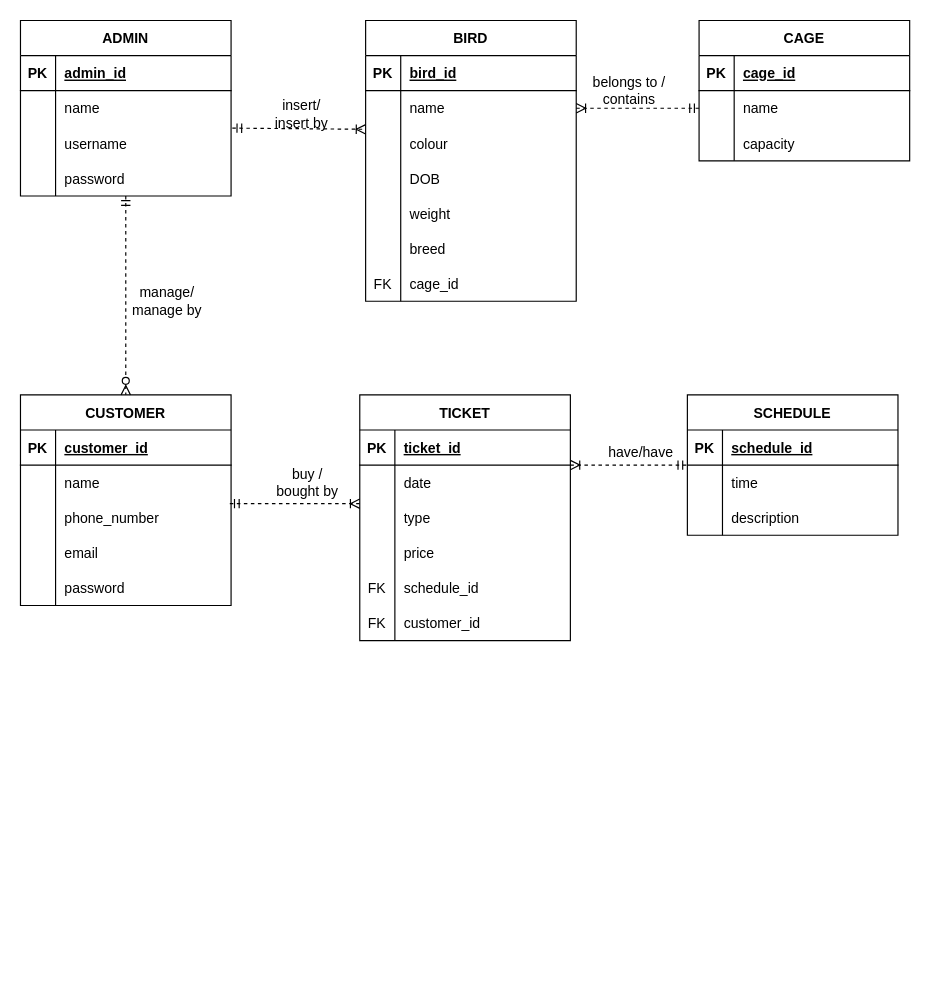
The draw.io diagram page "Page-2" (2 of 7) of Exercise1ClassDiagram.drawio in abby18abby/week-2-class-diagram, before the edit. Source tidied: cells renumbered, new cells numbered last; positions are measured from the earlier drawing's top-left corner, leaving out a move shared by most shapes. Both pictures are drawn from the tidied source at 117%, with x=0, y=0 at pixel (20, 20).
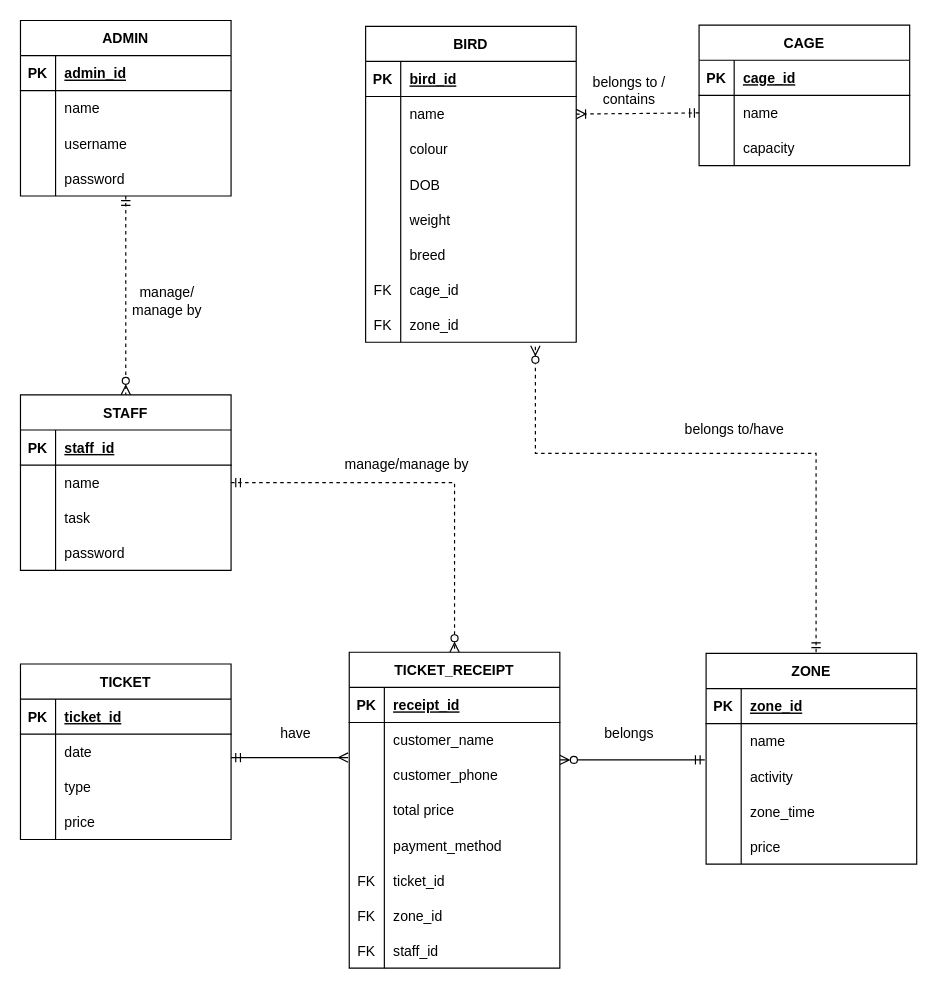
After the change.

The change refers to these unchanged cells:
```xml
<mxCell id="9" style="shape=tableRow;horizontal=0;startSize=0;swimlaneHead=0;swimlaneBody=0;fillColor=none;points=[[0,0.5],[1,0.5]];portConstraint=eastwest;top=0;left=0;right=0;bottom=0;" parent="2" vertex="1">
  <mxGeometry y="90" width="180" height="30" as="geometry" />
</mxCell>
<mxCell id="22" style="shape=tableRow;horizontal=0;startSize=0;swimlaneHead=0;swimlaneBody=0;fillColor=none;points=[[0,0.5],[1,0.5]];portConstraint=eastwest;top=0;left=0;right=0;bottom=0;" parent="15" vertex="1">
  <mxGeometry y="90" width="180" height="30" as="geometry" />
</mxCell>
<mxCell id="48" style="shape=tableRow;horizontal=0;startSize=0;swimlaneHead=0;swimlaneBody=0;fillColor=none;top=0;left=0;right=0;bottom=1;" parent="47" vertex="1">
  <mxGeometry y="30" width="180" height="30" as="geometry" />
</mxCell>
<mxCell id="51" style="shape=tableRow;horizontal=0;startSize=0;swimlaneHead=0;swimlaneBody=0;fillColor=none;points=[[0,0.5],[1,0.5]];portConstraint=eastwest;top=0;left=0;right=0;bottom=0;" parent="47" vertex="1">
  <mxGeometry y="60" width="180" height="30" as="geometry" />
</mxCell>
<mxCell id="54" style="shape=tableRow;horizontal=0;startSize=0;swimlaneHead=0;swimlaneBody=0;fillColor=none;points=[[0,0.5],[1,0.5]];portConstraint=eastwest;top=0;left=0;right=0;bottom=0;" parent="47" vertex="1">
  <mxGeometry y="90" width="180" height="30" as="geometry" />
</mxCell>
<mxCell id="91" style="shape=tableRow;horizontal=0;startSize=0;swimlaneHead=0;swimlaneBody=0;fillColor=none;top=0;left=0;right=0;bottom=1;" parent="90" vertex="1">
  <mxGeometry y="30" width="180" height="30" as="geometry" />
</mxCell>
<mxCell id="94" style="shape=tableRow;horizontal=0;startSize=0;swimlaneHead=0;swimlaneBody=0;fillColor=none;top=0;left=0;right=0;bottom=0;" parent="90" vertex="1">
  <mxGeometry y="60" width="180" height="30" as="geometry" />
</mxCell>
<mxCell id="97" style="shape=tableRow;horizontal=0;startSize=0;swimlaneHead=0;swimlaneBody=0;fillColor=none;top=0;left=0;right=0;bottom=0;" parent="90" vertex="1">
  <mxGeometry y="90" width="180" height="30" as="geometry" />
</mxCell>
```

Change to the diagram source:
```diff
@@
     <mxCell id="15" value="BIRD" style="shape=table;startSize=30;childLayout=tableLayout;rowLines=0;fontStyle=1;align=center;" parent="1" vertex="1">
-      <mxGeometry x="295" width="180" height="240" as="geometry" />
+      <mxGeometry x="295" y="5" width="180" height="270" as="geometry" />
     </mxCell>
@@
+    <mxCell id="102" style="shape=tableRow;horizontal=0;startSize=0;swimlaneHead=0;swimlaneBody=0;fillColor=none;points=[[0,0.5],[1,0.5]];portConstraint=eastwest;top=0;left=0;right=0;bottom=0;" parent="15" vertex="1">
+      <mxGeometry y="240" width="180" height="30" as="geometry" />
+    </mxCell>
+    <mxCell id="103" value="FK" style="shape=partialRectangle;fillColor=none;top=0;left=0;bottom=0;right=0;overflow=hidden;" parent="102" vertex="1">
+      <mxGeometry width="30" height="30" as="geometry" />
+    </mxCell>
+    <mxCell id="104" value="zone_id" style="shape=partialRectangle;fillColor=none;top=0;left=0;bottom=0;right=0;align=left;spacingLeft=6;overflow=hidden;" parent="102" vertex="1">
+      <mxGeometry x="30" width="150" height="30" as="geometry" />
+    </mxCell>
     <mxCell id="37" value="CAGE" style="shape=table;startSize=30;childLayout=tableLayout;rowLines=0;fontStyle=1;align=center;" parent="1" vertex="1">
-      <mxGeometry x="580" width="180" height="120" as="geometry" />
+      <mxGeometry x="580" y="4" width="180" height="120" as="geometry" />
     </mxCell>
@@
-    <mxCell id="47" value="CUSTOMER" style="shape=table;startSize=30;childLayout=tableLayout;rowLines=0;fontStyle=1;align=center;" parent="1" vertex="1">
-      <mxGeometry y="320" width="180" height="180" as="geometry" />
+    <mxCell id="47" value="STAFF" style="shape=table;startSize=30;childLayout=tableLayout;rowLines=0;fontStyle=1;align=center;" parent="1" vertex="1">
+      <mxGeometry y="320" width="180" height="150" as="geometry" />
     </mxCell>
@@
-    <mxCell id="50" value="customer_id" style="shape=partialRectangle;fillColor=none;top=0;left=0;bottom=0;right=0;align=left;spacingLeft=6;fontStyle=5;overflow=hidden;" parent="48" vertex="1">
+    <mxCell id="50" value="staff_id" style="shape=partialRectangle;fillColor=none;top=0;left=0;bottom=0;right=0;align=left;spacingLeft=6;fontStyle=5;overflow=hidden;" parent="48" vertex="1">
       <mxGeometry x="30" width="150" height="30" as="geometry" />
     </mxCell>
@@
-    <mxCell id="56" value="phone_number" style="shape=partialRectangle;fillColor=none;top=0;left=0;bottom=0;right=0;align=left;spacingLeft=6;overflow=hidden;" parent="54" vertex="1">
+    <mxCell id="56" value="task" style="shape=partialRectangle;fillColor=none;top=0;left=0;bottom=0;right=0;align=left;spacingLeft=6;overflow=hidden;" parent="54" vertex="1">
       <mxGeometry x="30" width="150" height="30" as="geometry" />
     </mxCell>
-    <mxCell id="57" style="shape=tableRow;horizontal=0;startSize=0;swimlaneHead=0;swimlaneBody=0;fillColor=none;top=0;left=0;right=0;bottom=0;" parent="47" vertex="1">
-      <mxGeometry y="120" width="180" height="30" as="geometry" />
-    </mxCell>
-    <mxCell id="58" style="shape=partialRectangle;fillColor=none;top=0;left=0;bottom=0;right=0;overflow=hidden;" parent="57" vertex="1">
-      <mxGeometry width="30" height="30" as="geometry" />
-    </mxCell>
-    <mxCell id="59" value="email" style="shape=partialRectangle;fillColor=none;top=0;left=0;bottom=0;right=0;align=left;spacingLeft=6;overflow=hidden;" parent="57" vertex="1">
-      <mxGeometry x="30" width="150" height="30" as="geometry" />
-    </mxCell>
     <mxCell id="60" style="shape=tableRow;horizontal=0;startSize=0;swimlaneHead=0;swimlaneBody=0;fillColor=none;top=0;left=0;right=0;bottom=0;" parent="47" vertex="1">
-      <mxGeometry y="150" width="180" height="30" as="geometry" />
+      <mxGeometry y="120" width="180" height="30" as="geometry" />
     </mxCell>
@@
     <mxCell id="63" value="TICKET" style="shape=table;startSize=30;childLayout=tableLayout;rowLines=0;fontStyle=1;align=center;" parent="1" vertex="1">
-      <mxGeometry x="290" y="320" width="180" height="210" as="geometry" />
+      <mxGeometry y="550" width="180" height="150" as="geometry" />
     </mxCell>
@@
-    <mxCell id="76" style="shape=tableRow;horizontal=0;startSize=0;swimlaneHead=0;swimlaneBody=0;fillColor=none;top=0;left=0;right=0;bottom=0;" parent="63" vertex="1">
-      <mxGeometry y="150" width="180" height="30" as="geometry" />
-    </mxCell>
-    <mxCell id="77" value="FK" style="shape=partialRectangle;fillColor=none;top=0;left=0;bottom=0;right=0;overflow=hidden;" parent="76" vertex="1">
-      <mxGeometry width="30" height="30" as="geometry" />
-    </mxCell>
-    <mxCell id="78" value="schedule_id" style="shape=partialRectangle;fillColor=none;top=0;left=0;bottom=0;right=0;align=left;spacingLeft=6;overflow=hidden;" parent="76" vertex="1">
-      <mxGeometry x="30" width="150" height="30" as="geometry" />
-    </mxCell>
-    <mxCell id="79" style="shape=tableRow;horizontal=0;startSize=0;swimlaneHead=0;swimlaneBody=0;fillColor=none;top=0;left=0;right=0;bottom=0;" parent="63" vertex="1">
-      <mxGeometry y="180" width="180" height="30" as="geometry" />
-    </mxCell>
-    <mxCell id="80" value="FK" style="shape=partialRectangle;fillColor=none;top=0;left=0;bottom=0;right=0;overflow=hidden;" parent="79" vertex="1">
-      <mxGeometry width="30" height="30" as="geometry" />
-    </mxCell>
-    <mxCell id="81" value="customer_id" style="shape=partialRectangle;fillColor=none;top=0;left=0;bottom=0;right=0;align=left;spacingLeft=6;overflow=hidden;" parent="79" vertex="1">
-      <mxGeometry x="30" width="150" height="30" as="geometry" />
-    </mxCell>
@@
-    <mxCell id="85" style="fontSize=12;html=1;endArrow=ERoneToMany;startArrow=ERmandOne;rounded=0;dashed=1;jumpStyle=none;jumpSize=4;exitX=0.994;exitY=0.1;exitDx=0;exitDy=0;exitPerimeter=0;" parent="1" edge="1" source="54">
-      <mxGeometry relative="1" as="geometry">
-        <mxPoint x="290" y="413" as="targetPoint" />
-      </mxGeometry>
-    </mxCell>
-    <mxCell id="86" value="buy /&lt;br&gt;bought by" style="text;html=1;align=center;verticalAlign=middle;strokeColor=none;fillColor=none;" parent="1" vertex="1">
-      <mxGeometry x="210" y="380" width="70" height="30" as="geometry" />
-    </mxCell>
@@
-    <mxCell id="88" style="fontSize=12;html=1;endArrow=ERoneToMany;startArrow=ERmandOne;rounded=0;jumpStyle=none;jumpSize=4;exitX=1.006;exitY=0.067;exitDx=0;exitDy=0;exitPerimeter=0;dashed=1;endFill=0;entryX=0;entryY=0.1;entryDx=0;entryDy=0;entryPerimeter=0;" parent="1" edge="1" source="9" target="22">
-      <mxGeometry relative="1" as="geometry" />
-    </mxCell>
-    <mxCell id="89" value="insert/&lt;br&gt;insert by" style="text;html=1;align=center;verticalAlign=middle;strokeColor=none;fillColor=none;" parent="1" vertex="1">
-      <mxGeometry x="210" y="65" width="60" height="30" as="geometry" />
-    </mxCell>
-    <mxCell id="90" value="SCHEDULE" style="shape=table;startSize=30;childLayout=tableLayout;rowLines=0;fontStyle=1;align=center;" parent="1" vertex="1">
-      <mxGeometry x="570" y="320" width="180" height="120" as="geometry" />
+    <mxCell id="90" value="ZONE" style="shape=table;startSize=30;childLayout=tableLayout;rowLines=0;fontStyle=1;align=center;" parent="1" vertex="1">
+      <mxGeometry x="586" y="541" width="180" height="180" as="geometry" />
     </mxCell>
@@
-    <mxCell id="93" value="schedule_id" style="shape=partialRectangle;fillColor=none;top=0;left=0;bottom=0;right=0;align=left;spacingLeft=6;fontStyle=5;overflow=hidden;" parent="91" vertex="1">
+    <mxCell id="93" value="zone_id" style="shape=partialRectangle;fillColor=none;top=0;left=0;bottom=0;right=0;align=left;spacingLeft=6;fontStyle=5;overflow=hidden;" parent="91" vertex="1">
       <mxGeometry x="30" width="150" height="30" as="geometry" />
     </mxCell>
@@
-    <mxCell id="96" value="time" style="shape=partialRectangle;fillColor=none;top=0;left=0;bottom=0;right=0;align=left;spacingLeft=6;overflow=hidden;" parent="94" vertex="1">
+    <mxCell id="96" value="name" style="shape=partialRectangle;fillColor=none;top=0;left=0;bottom=0;right=0;align=left;spacingLeft=6;overflow=hidden;" parent="94" vertex="1">
       <mxGeometry x="30" width="150" height="30" as="geometry" />
     </mxCell>
@@
-    <mxCell id="99" value="description" style="shape=partialRectangle;fillColor=none;top=0;left=0;bottom=0;right=0;align=left;spacingLeft=6;overflow=hidden;" parent="97" vertex="1">
+    <mxCell id="99" value="activity" style="shape=partialRectangle;fillColor=none;top=0;left=0;bottom=0;right=0;align=left;spacingLeft=6;overflow=hidden;" parent="97" vertex="1">
       <mxGeometry x="30" width="150" height="30" as="geometry" />
     </mxCell>
+    <mxCell id="105" style="shape=tableRow;horizontal=0;startSize=0;swimlaneHead=0;swimlaneBody=0;fillColor=none;top=0;left=0;right=0;bottom=0;" parent="90" vertex="1">
+      <mxGeometry y="120" width="180" height="30" as="geometry" />
+    </mxCell>
+    <mxCell id="106" style="shape=partialRectangle;fillColor=none;top=0;left=0;bottom=0;right=0;overflow=hidden;" parent="105" vertex="1">
+      <mxGeometry width="30" height="30" as="geometry" />
+    </mxCell>
+    <mxCell id="107" value="zone_time" style="shape=partialRectangle;fillColor=none;top=0;left=0;bottom=0;right=0;align=left;spacingLeft=6;overflow=hidden;" parent="105" vertex="1">
+      <mxGeometry x="30" width="150" height="30" as="geometry" />
+    </mxCell>
+    <mxCell id="108" style="shape=tableRow;horizontal=0;startSize=0;swimlaneHead=0;swimlaneBody=0;fillColor=none;top=0;left=0;right=0;bottom=0;" parent="90" vertex="1">
+      <mxGeometry y="150" width="180" height="30" as="geometry" />
+    </mxCell>
+    <mxCell id="109" style="shape=partialRectangle;fillColor=none;top=0;left=0;bottom=0;right=0;overflow=hidden;" parent="108" vertex="1">
+      <mxGeometry width="30" height="30" as="geometry" />
+    </mxCell>
+    <mxCell id="110" value="price" style="shape=partialRectangle;fillColor=none;top=0;left=0;bottom=0;right=0;align=left;spacingLeft=6;overflow=hidden;" parent="108" vertex="1">
+      <mxGeometry x="30" width="150" height="30" as="geometry" />
+    </mxCell>
-    <mxCell id="100" style="fontSize=12;html=1;endArrow=ERmandOne;startArrow=ERoneToMany;rounded=0;dashed=1;jumpStyle=none;jumpSize=4;exitX=0.994;exitY=0.1;exitDx=0;exitDy=0;exitPerimeter=0;endFill=0;startFill=0;" parent="1" edge="1">
+    <mxCell id="100" style="fontSize=12;html=1;endArrow=ERmany;startArrow=ERmandOne;rounded=0;jumpStyle=none;jumpSize=4;exitX=0.994;exitY=0.1;exitDx=0;exitDy=0;exitPerimeter=0;endFill=0;startFill=0;" parent="1" edge="1">
       <mxGeometry relative="1" as="geometry">
-        <mxPoint x="470" y="380" as="sourcePoint" />
-        <mxPoint x="570" y="380" as="targetPoint" />
+        <mxPoint x="180" y="630" as="sourcePoint" />
+        <mxPoint x="280" y="630" as="targetPoint" />
       </mxGeometry>
     </mxCell>
-    <mxCell id="101" value="have/have" style="text;html=1;align=center;verticalAlign=middle;strokeColor=none;fillColor=none;" parent="1" vertex="1">
-      <mxGeometry x="495" y="360" width="70" height="20" as="geometry" />
+    <mxCell id="101" value="have" style="text;html=1;align=center;verticalAlign=middle;strokeColor=none;fillColor=none;" parent="1" vertex="1">
+      <mxGeometry x="215" y="600" width="40" height="20" as="geometry" />
     </mxCell>
+    <mxCell id="111" value="TICKET_RECEIPT" style="shape=table;startSize=30;childLayout=tableLayout;rowLines=0;fontStyle=1;align=center;" parent="1" vertex="1">
+      <mxGeometry x="281" y="540" width="180" height="270" as="geometry" />
+    </mxCell>
+    <mxCell id="112" style="shape=tableRow;horizontal=0;startSize=0;swimlaneHead=0;swimlaneBody=0;fillColor=none;top=0;left=0;right=0;bottom=1;" parent="111" vertex="1">
+      <mxGeometry y="30" width="180" height="30" as="geometry" />
+    </mxCell>
+    <mxCell id="113" value="PK" style="shape=partialRectangle;fillColor=none;top=0;left=0;bottom=0;right=0;fontStyle=1;overflow=hidden;" parent="112" vertex="1">
+      <mxGeometry width="30" height="30" as="geometry" />
+    </mxCell>
+    <mxCell id="114" value="receipt_id" style="shape=partialRectangle;fillColor=none;top=0;left=0;bottom=0;right=0;align=left;spacingLeft=6;fontStyle=5;overflow=hidden;" parent="112" vertex="1">
+      <mxGeometry x="30" width="150" height="30" as="geometry" />
+    </mxCell>
+    <mxCell id="115" style="shape=tableRow;horizontal=0;startSize=0;swimlaneHead=0;swimlaneBody=0;fillColor=none;top=0;left=0;right=0;bottom=0;" parent="111" vertex="1">
+      <mxGeometry y="60" width="180" height="30" as="geometry" />
+    </mxCell>
+    <mxCell id="116" style="shape=partialRectangle;fillColor=none;top=0;left=0;bottom=0;right=0;overflow=hidden;" parent="115" vertex="1">
+      <mxGeometry width="30" height="30" as="geometry" />
+    </mxCell>
+    <mxCell id="117" value="customer_name" style="shape=partialRectangle;fillColor=none;top=0;left=0;bottom=0;right=0;align=left;spacingLeft=6;overflow=hidden;" parent="115" vertex="1">
+      <mxGeometry x="30" width="150" height="30" as="geometry" />
+    </mxCell>
+    <mxCell id="118" style="shape=tableRow;horizontal=0;startSize=0;swimlaneHead=0;swimlaneBody=0;fillColor=none;top=0;left=0;right=0;bottom=0;" parent="111" vertex="1">
+      <mxGeometry y="90" width="180" height="30" as="geometry" />
+    </mxCell>
+    <mxCell id="119" style="shape=partialRectangle;fillColor=none;top=0;left=0;bottom=0;right=0;overflow=hidden;" parent="118" vertex="1">
+      <mxGeometry width="30" height="30" as="geometry" />
+    </mxCell>
+    <mxCell id="120" value="customer_phone" style="shape=partialRectangle;fillColor=none;top=0;left=0;bottom=0;right=0;align=left;spacingLeft=6;overflow=hidden;" parent="118" vertex="1">
+      <mxGeometry x="30" width="150" height="30" as="geometry" />
+    </mxCell>
+    <mxCell id="121" style="shape=tableRow;horizontal=0;startSize=0;swimlaneHead=0;swimlaneBody=0;fillColor=none;top=0;left=0;right=0;bottom=0;" parent="111" vertex="1">
+      <mxGeometry y="120" width="180" height="30" as="geometry" />
+    </mxCell>
+    <mxCell id="122" style="shape=partialRectangle;fillColor=none;top=0;left=0;bottom=0;right=0;overflow=hidden;" parent="121" vertex="1">
+      <mxGeometry width="30" height="30" as="geometry" />
+    </mxCell>
+    <mxCell id="123" value="total price" style="shape=partialRectangle;fillColor=none;top=0;left=0;bottom=0;right=0;align=left;spacingLeft=6;overflow=hidden;" parent="121" vertex="1">
+      <mxGeometry x="30" width="150" height="30" as="geometry" />
+    </mxCell>
+    <mxCell id="124" style="shape=tableRow;horizontal=0;startSize=0;swimlaneHead=0;swimlaneBody=0;fillColor=none;top=0;left=0;right=0;bottom=0;" parent="111" vertex="1">
+      <mxGeometry y="150" width="180" height="30" as="geometry" />
+    </mxCell>
+    <mxCell id="125" style="shape=partialRectangle;fillColor=none;top=0;left=0;bottom=0;right=0;overflow=hidden;" parent="124" vertex="1">
+      <mxGeometry width="30" height="30" as="geometry" />
+    </mxCell>
+    <mxCell id="126" value="payment_method" style="shape=partialRectangle;fillColor=none;top=0;left=0;bottom=0;right=0;align=left;spacingLeft=6;overflow=hidden;" parent="124" vertex="1">
+      <mxGeometry x="30" width="150" height="30" as="geometry" />
+    </mxCell>
+    <mxCell id="79" style="shape=tableRow;horizontal=0;startSize=0;swimlaneHead=0;swimlaneBody=0;fillColor=none;top=0;left=0;right=0;bottom=0;" parent="111" vertex="1">
+      <mxGeometry y="180" width="180" height="30" as="geometry" />
+    </mxCell>
+    <mxCell id="127" value="FK" style="shape=partialRectangle;fillColor=none;top=0;left=0;bottom=0;right=0;overflow=hidden;" parent="79" vertex="1">
+      <mxGeometry width="30" height="30" as="geometry" />
+    </mxCell>
+    <mxCell id="128" value="ticket_id" style="shape=partialRectangle;fillColor=none;top=0;left=0;bottom=0;right=0;align=left;spacingLeft=6;overflow=hidden;" parent="79" vertex="1">
+      <mxGeometry x="30" width="150" height="30" as="geometry" />
+    </mxCell>
+    <mxCell id="129" style="shape=tableRow;horizontal=0;startSize=0;swimlaneHead=0;swimlaneBody=0;fillColor=none;top=0;left=0;right=0;bottom=0;" parent="111" vertex="1">
+      <mxGeometry y="210" width="180" height="30" as="geometry" />
+    </mxCell>
+    <mxCell id="130" value="FK" style="shape=partialRectangle;fillColor=none;top=0;left=0;bottom=0;right=0;overflow=hidden;" parent="129" vertex="1">
+      <mxGeometry width="30" height="30" as="geometry" />
+    </mxCell>
+    <mxCell id="131" value="zone_id" style="shape=partialRectangle;fillColor=none;top=0;left=0;bottom=0;right=0;align=left;spacingLeft=6;overflow=hidden;" parent="129" vertex="1">
+      <mxGeometry x="30" width="150" height="30" as="geometry" />
+    </mxCell>
+    <mxCell id="132" style="shape=tableRow;horizontal=0;startSize=0;swimlaneHead=0;swimlaneBody=0;fillColor=none;top=0;left=0;right=0;bottom=0;" parent="111" vertex="1">
+      <mxGeometry y="240" width="180" height="30" as="geometry" />
+    </mxCell>
+    <mxCell id="133" value="FK" style="shape=partialRectangle;fillColor=none;top=0;left=0;bottom=0;right=0;overflow=hidden;" parent="132" vertex="1">
+      <mxGeometry width="30" height="30" as="geometry" />
+    </mxCell>
+    <mxCell id="134" value="staff_id" style="shape=partialRectangle;fillColor=none;top=0;left=0;bottom=0;right=0;align=left;spacingLeft=6;overflow=hidden;" parent="132" vertex="1">
+      <mxGeometry x="30" width="150" height="30" as="geometry" />
+    </mxCell>
+    <mxCell id="135" style="fontSize=12;html=1;endArrow=ERzeroToMany;startArrow=ERmandOne;rounded=0;jumpStyle=none;jumpSize=4;exitX=-0.017;exitY=0.733;exitDx=0;exitDy=0;exitPerimeter=0;endFill=0;startFill=0;entryX=1.011;entryY=0.067;entryDx=0;entryDy=0;entryPerimeter=0;" parent="1" edge="1">
+      <mxGeometry relative="1" as="geometry">
+        <mxPoint x="584.9" y="632" as="sourcePoint" />
+        <mxPoint x="461" y="632" as="targetPoint" />
+      </mxGeometry>
+    </mxCell>
+    <mxCell id="136" value="belongs" style="text;html=1;align=center;verticalAlign=middle;strokeColor=none;fillColor=none;" parent="1" vertex="1">
+      <mxGeometry x="490" y="600" width="60" height="20" as="geometry" />
+    </mxCell>
+    <mxCell id="137" style="fontSize=12;html=1;endArrow=ERzeroToMany;startArrow=ERmandOne;rounded=0;jumpStyle=none;jumpSize=4;exitX=1;exitY=0.5;exitDx=0;exitDy=0;dashed=1;edgeStyle=orthogonalEdgeStyle;entryX=0.5;entryY=0;entryDx=0;entryDy=0;" parent="1" edge="1" source="51" target="111">
+      <mxGeometry relative="1" as="geometry" />
+    </mxCell>
+    <mxCell id="138" value="manage/manage by" style="text;html=1;align=center;verticalAlign=middle;strokeColor=none;fillColor=none;" parent="1" vertex="1">
+      <mxGeometry x="270" y="370" width="120" height="20" as="geometry" />
+    </mxCell>
+    <mxCell id="139" style="fontSize=12;html=1;endArrow=ERzeroToMany;startArrow=ERmandOne;rounded=0;jumpStyle=none;jumpSize=4;dashed=1;edgeStyle=orthogonalEdgeStyle;entryX=0.806;entryY=1.1;entryDx=0;entryDy=0;entryPerimeter=0;" parent="1" edge="1" target="102">
+      <mxGeometry relative="1" as="geometry">
+        <mxPoint x="680" y="540" as="sourcePoint" />
+        <Array as="points">
+          <mxPoint x="680" y="370" />
+          <mxPoint x="440" y="370" />
+        </Array>
+      </mxGeometry>
+    </mxCell>
+    <mxCell id="140" value="belongs to/have" style="text;html=1;align=center;verticalAlign=middle;strokeColor=none;fillColor=none;" parent="1" vertex="1">
+      <mxGeometry x="560" y="340" width="100" height="20" as="geometry" />
+    </mxCell>
```
